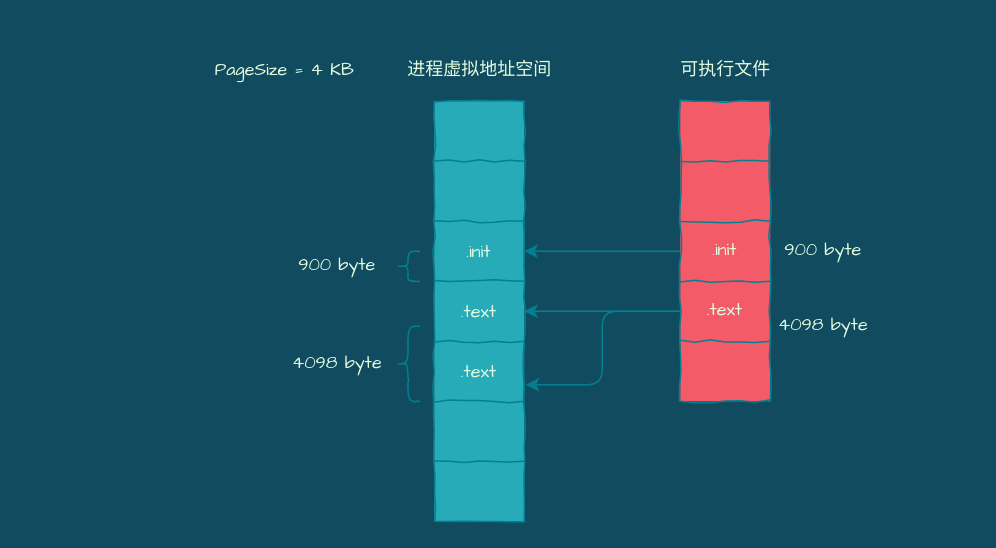
Earlier version of the draw.io diagram got/segment2.drawio (silan-liu/drawio). Source tidied: cells renumbered, new cells numbered last; positions are measured from the earlier drawing's top-left corner, leaving out a move shared by most shapes. Both pictures are drawn from the tidied source at 150%, with x=0, y=0 at pixel (201, 56).
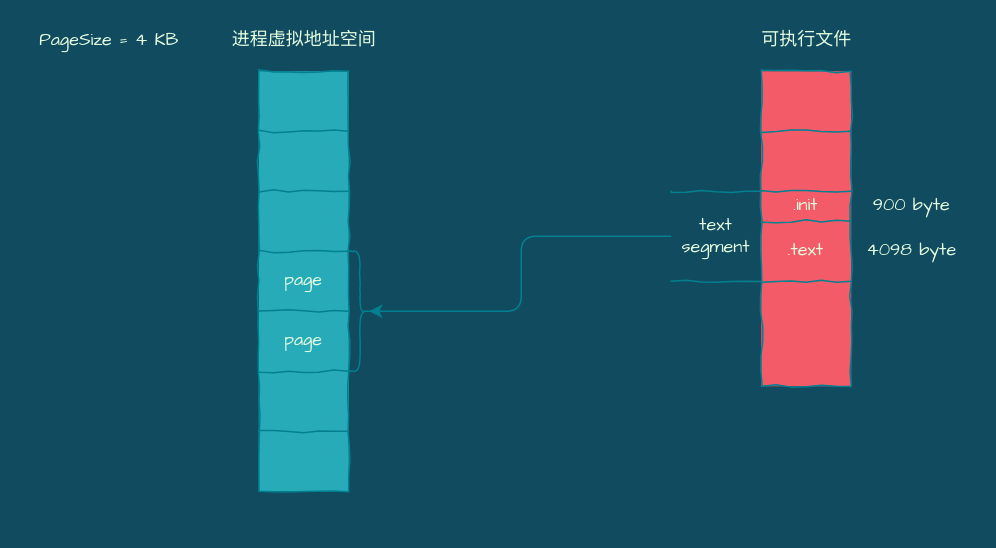
After the change.

The change refers to these unchanged cells:
```xml
<mxCell id="18" style="shape=partialRectangle;html=1;whiteSpace=wrap;fillColor=none;top=0;left=0;bottom=0;right=0;points=[[0,0.5],[1,0.5]];portConstraint=eastwest;strokeColor=#028090;fontColor=#E4FDE1;" parent="13" vertex="1">
  <mxGeometry y="80" width="60" height="40" as="geometry" />
</mxCell>
<mxCell id="20" style="shape=partialRectangle;html=1;whiteSpace=wrap;fillColor=none;top=0;left=0;bottom=0;right=0;points=[[0,0.5],[1,0.5]];portConstraint=eastwest;strokeColor=#028090;fontColor=#E4FDE1;fontFamily=Architects Daughter;" parent="13" vertex="1">
  <mxGeometry y="120" width="60" height="40" as="geometry" />
</mxCell>
<mxCell id="22" style="shape=partialRectangle;html=1;whiteSpace=wrap;fillColor=none;top=0;left=0;bottom=0;right=0;points=[[0,0.5],[1,0.5]];portConstraint=eastwest;strokeColor=#028090;fontColor=#E4FDE1;" parent="13" vertex="1">
  <mxGeometry y="160" width="60" height="40" as="geometry" />
</mxCell>
```

The edit, as a diff of the source:
```diff
@@
     <mxCell id="2" style="shape=table;html=1;whiteSpace=wrap;startSize=0;childLayout=tableLayout;fillColor=#F45B69;strokeColor=#028090;fontColor=#E4FDE1;comic=1;" parent="1" vertex="1">
-      <mxGeometry x="319" y="30" width="60" height="200" as="geometry" />
+      <mxGeometry x="373" y="10" width="60" height="210" as="geometry" />
     </mxCell>
@@
     <mxCell id="7" style="shape=partialRectangle;html=1;whiteSpace=wrap;fillColor=none;top=0;left=0;bottom=0;right=0;points=[[0,0.5],[1,0.5]];portConstraint=eastwest;strokeColor=#028090;fontColor=#E4FDE1;" parent="2" vertex="1">
-      <mxGeometry y="80" width="60" height="40" as="geometry" />
+      <mxGeometry y="80" width="60" height="20" as="geometry" />
     </mxCell>
     <mxCell id="8" value=".init" style="shape=partialRectangle;html=1;whiteSpace=wrap;overflow=hidden;fillColor=none;top=0;left=0;bottom=0;right=0;strokeColor=#028090;fontColor=#E4FDE1;fontFamily=Architects Daughter;" parent="7" vertex="1">
-      <mxGeometry width="60" height="40" as="geometry" />
+      <mxGeometry width="60" height="20" as="geometry" />
     </mxCell>
     <mxCell id="9" style="shape=partialRectangle;html=1;whiteSpace=wrap;fillColor=none;top=0;left=0;bottom=0;right=0;points=[[0,0.5],[1,0.5]];portConstraint=eastwest;strokeColor=#028090;fontColor=#E4FDE1;" parent="2" vertex="1">
-      <mxGeometry y="120" width="60" height="40" as="geometry" />
+      <mxGeometry y="100" width="60" height="40" as="geometry" />
     </mxCell>
@@
     <mxCell id="11" style="shape=partialRectangle;html=1;whiteSpace=wrap;fillColor=none;top=0;left=0;bottom=0;right=0;strokeColor=#028090;fontColor=#E4FDE1;" parent="2" vertex="1">
-      <mxGeometry y="160" width="60" height="40" as="geometry" />
+      <mxGeometry y="140" width="60" height="70" as="geometry" />
     </mxCell>
     <mxCell id="12" style="shape=partialRectangle;html=1;whiteSpace=wrap;overflow=hidden;fillColor=none;top=0;left=0;bottom=0;right=0;strokeColor=#028090;fontColor=#E4FDE1;" parent="11" vertex="1">
-      <mxGeometry width="60" height="40" as="geometry" />
+      <mxGeometry width="60" height="70" as="geometry" />
     </mxCell>
-    <mxCell id="13" style="shape=table;html=1;whiteSpace=wrap;startSize=0;childLayout=tableLayout;strokeColor=#028090;fontColor=#E4FDE1;comic=1;fillColor=#28ABB9;fontFamily=Architects Daughter;" parent="1" vertex="1">
-      <mxGeometry x="155" y="30" width="60" height="280" as="geometry" />
+    <mxCell id="13" style="shape=table;html=1;whiteSpace=wrap;startSize=0;childLayout=tableLayout;strokeColor=#028090;fontColor=#E4FDE1;comic=1;fontFamily=Architects Daughter;fillColor=#28ABB9;" parent="1" vertex="1">
+      <mxGeometry x="38" y="10" width="60" height="280" as="geometry" />
     </mxCell>
@@
-    <mxCell id="19" value="&lt;font face=&quot;Architects Daughter&quot;&gt;.init&lt;/font&gt;" style="shape=partialRectangle;html=1;whiteSpace=wrap;overflow=hidden;fillColor=none;top=0;left=0;bottom=0;right=0;strokeColor=#028090;fontColor=#E4FDE1;" parent="18" vertex="1">
+    <mxCell id="19" style="shape=partialRectangle;html=1;whiteSpace=wrap;overflow=hidden;fillColor=none;top=0;left=0;bottom=0;right=0;strokeColor=#028090;fontColor=#E4FDE1;" parent="18" vertex="1">
       <mxGeometry width="60" height="40" as="geometry" />
     </mxCell>
@@
-    <mxCell id="21" value="&lt;font face=&quot;Architects Daughter&quot;&gt;.text&lt;/font&gt;" style="shape=partialRectangle;html=1;whiteSpace=wrap;overflow=hidden;fillColor=none;top=0;left=0;bottom=0;right=0;strokeColor=#028090;fontColor=#E4FDE1;" parent="20" vertex="1">
+    <mxCell id="21" value="page" style="shape=partialRectangle;html=1;whiteSpace=wrap;overflow=hidden;fillColor=none;top=0;left=0;bottom=0;right=0;strokeColor=#028090;fontColor=#E4FDE1;fontFamily=Architects Daughter;" parent="20" vertex="1">
       <mxGeometry width="60" height="40" as="geometry" />
     </mxCell>
@@
-    <mxCell id="23" value="&lt;font face=&quot;Architects Daughter&quot;&gt;.text&lt;/font&gt;" style="shape=partialRectangle;html=1;whiteSpace=wrap;overflow=hidden;fillColor=none;top=0;left=0;bottom=0;right=0;strokeColor=#028090;fontColor=#E4FDE1;" parent="22" vertex="1">
+    <mxCell id="23" value="page" style="shape=partialRectangle;html=1;whiteSpace=wrap;overflow=hidden;fillColor=none;top=0;left=0;bottom=0;right=0;strokeColor=#028090;fontColor=#E4FDE1;fontFamily=Architects Daughter;" parent="22" vertex="1">
       <mxGeometry width="60" height="40" as="geometry" />
     </mxCell>
@@
     <mxCell id="28" value="900 byte" style="text;html=1;align=center;verticalAlign=middle;fontFamily=Architects Daughter;fontColor=#E4FDE1;" parent="1" vertex="1">
-      <mxGeometry x="379" y="120" width="70" height="20" as="geometry" />
+      <mxGeometry x="438" y="90" width="70" height="20" as="geometry" />
     </mxCell>
     <mxCell id="29" value="4098 byte" style="text;html=1;align=center;verticalAlign=middle;fontFamily=Architects Daughter;fontColor=#E4FDE1;" parent="1" vertex="1">
-      <mxGeometry x="374" y="170" width="80" height="20" as="geometry" />
+      <mxGeometry x="433" y="120" width="80" height="20" as="geometry" />
     </mxCell>
     <mxCell id="30" value="进程虚拟地址空间" style="text;html=1;align=center;verticalAlign=middle;fontFamily=Architects Daughter;fontColor=#E4FDE1;" parent="1" vertex="1">
-      <mxGeometry x="130" width="110" height="20" as="geometry" />
+      <mxGeometry x="13" y="-20" width="110" height="20" as="geometry" />
     </mxCell>
     <mxCell id="31" value="可执行文件" style="text;html=1;align=center;verticalAlign=middle;fontFamily=Architects Daughter;fontColor=#E4FDE1;" parent="1" vertex="1">
-      <mxGeometry x="309" width="80" height="20" as="geometry" />
+      <mxGeometry x="363" y="-20" width="80" height="20" as="geometry" />
     </mxCell>
-    <mxCell id="32" style="edgeStyle=orthogonalEdgeStyle;curved=0;rounded=1;sketch=0;jettySize=auto;html=1;exitX=0;exitY=0.5;exitDx=0;exitDy=0;strokeColor=#028090;fillColor=#F45B69;fontFamily=Architects Daughter;fontColor=#E4FDE1;" parent="1" edge="1" source="9" target="20">
-      <mxGeometry relative="1" as="geometry" />
-    </mxCell>
-    <mxCell id="33" style="shape=curlyBracket;whiteSpace=wrap;html=1;rounded=1;comic=1;sketch=0;strokeColor=#028090;fillColor=#28ABB9;fontFamily=Architects Daughter;fontColor=#E4FDE1;" parent="1" vertex="1">
-      <mxGeometry x="130" y="180" width="15" height="50" as="geometry" />
+    <mxCell id="33" style="shape=curlyBracket;whiteSpace=wrap;html=1;rounded=1;comic=1;sketch=0;fillColor=#F45B69;fontFamily=Architects Daughter;fontColor=#E4FDE1;direction=west;strokeColor=#028090;" parent="1" vertex="1">
+      <mxGeometry x="98" y="130" width="15" height="80" as="geometry" />
     </mxCell>
     <mxCell id="34" value="PageSize = 4 KB" style="text;html=1;align=center;verticalAlign=middle;fontFamily=Architects Daughter;fontColor=#E4FDE1;" parent="1" vertex="1">
-      <mxGeometry width="110" height="20" as="geometry" />
+      <mxGeometry x="-117" y="-20" width="110" height="20" as="geometry" />
     </mxCell>
-    <mxCell id="35" value="4098 byte" style="text;html=1;align=center;verticalAlign=middle;fontFamily=Architects Daughter;fontColor=#E4FDE1;" parent="1" vertex="1">
-      <mxGeometry x="50" y="195" width="80" height="20" as="geometry" />
-    </mxCell>
-    <mxCell id="36" style="edgeStyle=orthogonalEdgeStyle;curved=0;rounded=1;sketch=0;jettySize=auto;html=1;exitX=0;exitY=0.5;exitDx=0;exitDy=0;entryX=1.017;entryY=0.725;entryDx=0;entryDy=0;entryPerimeter=0;strokeColor=#028090;fillColor=#F45B69;fontFamily=Architects Daughter;fontColor=#E4FDE1;" parent="1" edge="1" source="9" target="22">
-      <mxGeometry relative="1" as="geometry" />
-    </mxCell>
-    <mxCell id="37" style="edgeStyle=orthogonalEdgeStyle;curved=0;rounded=1;sketch=0;jettySize=auto;html=1;entryX=1;entryY=0.5;entryDx=0;entryDy=0;strokeColor=#028090;fillColor=#F45B69;fontFamily=Architects Daughter;fontColor=#E4FDE1;" parent="1" edge="1" source="7" target="18">
-      <mxGeometry relative="1" as="geometry" />
-    </mxCell>
-    <mxCell id="38" style="shape=curlyBracket;whiteSpace=wrap;html=1;rounded=1;comic=1;sketch=0;strokeColor=#028090;fillColor=#28ABB9;fontFamily=Architects Daughter;fontColor=#E4FDE1;" parent="1" vertex="1">
-      <mxGeometry x="130" y="130" width="15" height="20" as="geometry" />
-    </mxCell>
-    <mxCell id="39" value="900 byte" style="text;html=1;align=center;verticalAlign=middle;fontFamily=Architects Daughter;fontColor=#E4FDE1;" parent="1" vertex="1">
-      <mxGeometry x="55" y="130" width="70" height="20" as="geometry" />
-    </mxCell>
+    <mxCell id="40" style="edgeStyle=orthogonalEdgeStyle;curved=0;rounded=1;sketch=0;jettySize=auto;html=1;strokeColor=#028090;fillColor=#F45B69;fontFamily=Architects Daughter;fontColor=#E4FDE1;entryX=0.1;entryY=0.5;entryDx=0;entryDy=0;entryPerimeter=0;" parent="1" edge="1" source="41" target="33">
+      <mxGeometry relative="1" as="geometry" />
+    </mxCell>
+    <mxCell id="41" value="text segment" style="shape=partialRectangle;whiteSpace=wrap;html=1;left=0;right=0;fillColor=none;strokeColor=#028090;fontColor=#E4FDE1;comic=1;fontFamily=Architects Daughter;" parent="1" vertex="1">
+      <mxGeometry x="313" y="90" width="60" height="60" as="geometry" />
+    </mxCell>
```
